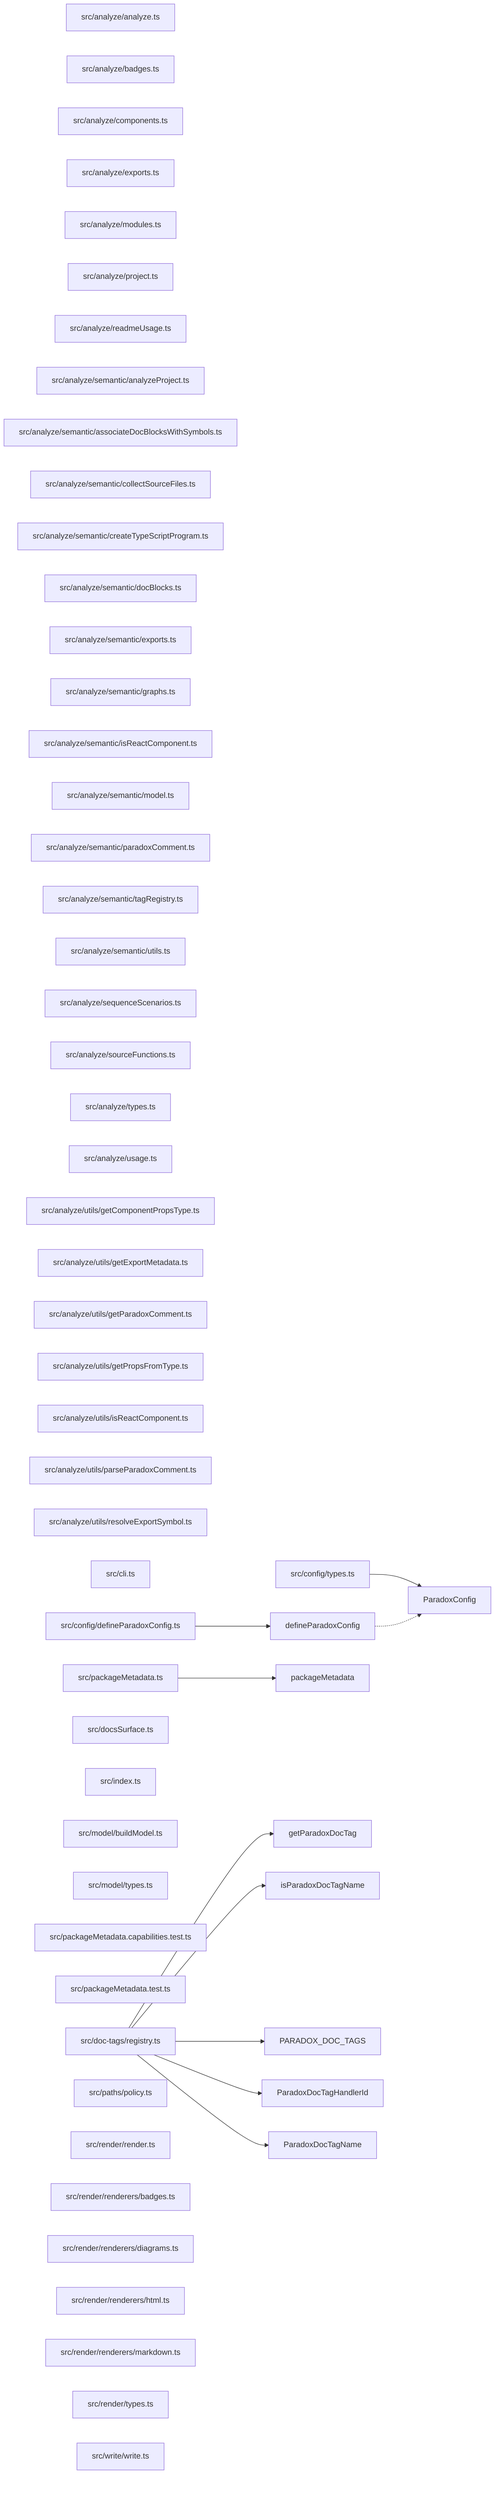
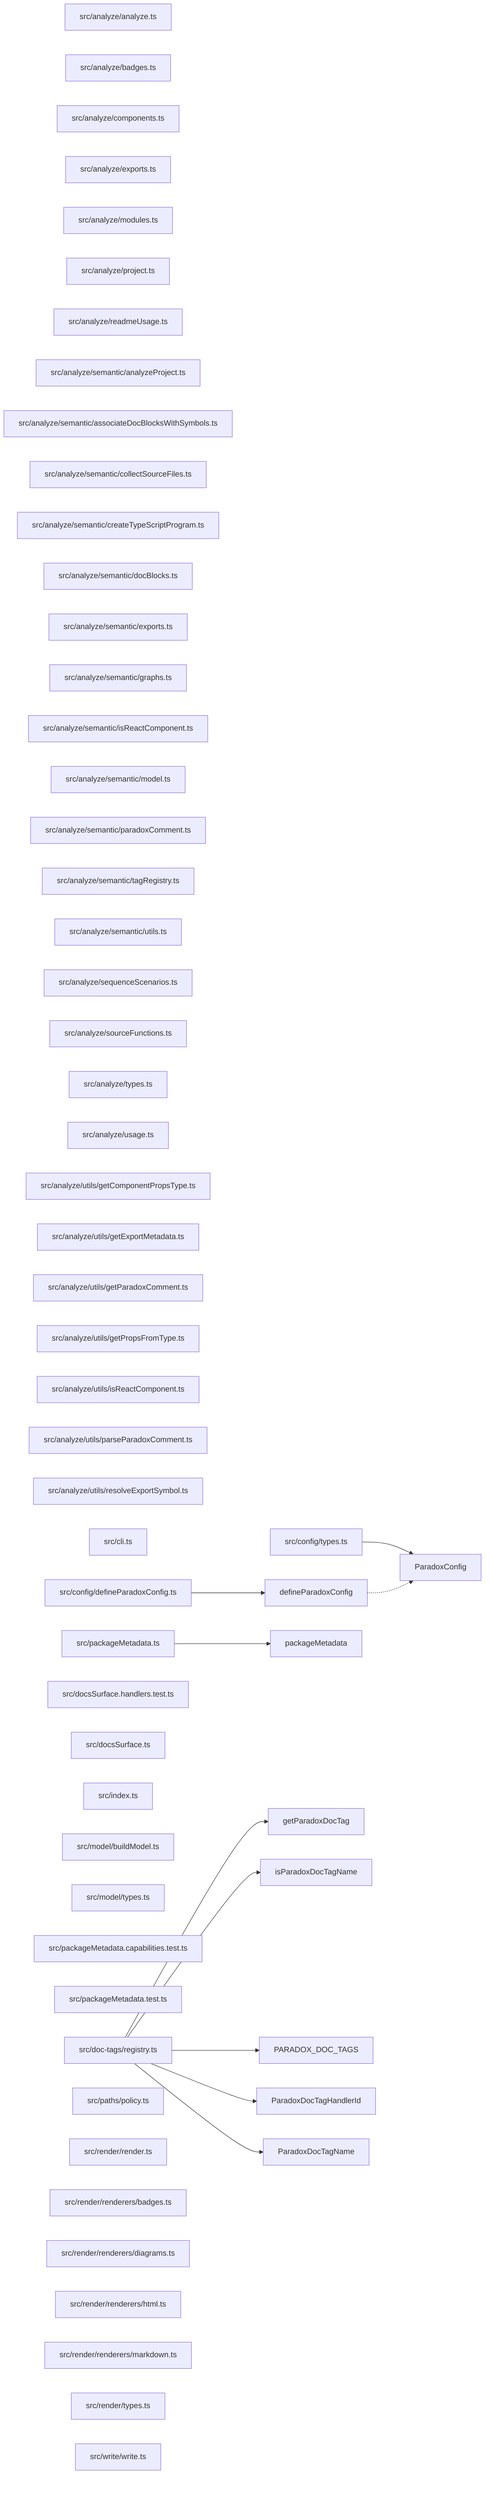
graph LR
  module_src_analyze_analyze_ts["src/analyze/analyze.ts"]
  module_src_analyze_badges_ts["src/analyze/badges.ts"]
  module_src_analyze_components_ts["src/analyze/components.ts"]
  module_src_analyze_exports_ts["src/analyze/exports.ts"]
  module_src_analyze_modules_ts["src/analyze/modules.ts"]
  module_src_analyze_project_ts["src/analyze/project.ts"]
  module_src_analyze_readmeUsage_ts["src/analyze/readmeUsage.ts"]
  module_src_analyze_semantic_analyzeProject_ts["src/analyze/semantic/analyzeProject.ts"]
  module_src_analyze_semantic_associateDocBlocksWithSymbols_ts["src/analyze/semantic/associateDocBlocksWithSymbols.ts"]
  module_src_analyze_semantic_collectSourceFiles_ts["src/analyze/semantic/collectSourceFiles.ts"]
  module_src_analyze_semantic_createTypeScriptProgram_ts["src/analyze/semantic/createTypeScriptProgram.ts"]
  module_src_analyze_semantic_docBlocks_ts["src/analyze/semantic/docBlocks.ts"]
  module_src_analyze_semantic_exports_ts["src/analyze/semantic/exports.ts"]
  module_src_analyze_semantic_graphs_ts["src/analyze/semantic/graphs.ts"]
  module_src_analyze_semantic_isReactComponent_ts["src/analyze/semantic/isReactComponent.ts"]
  module_src_analyze_semantic_model_ts["src/analyze/semantic/model.ts"]
  module_src_analyze_semantic_paradoxComment_ts["src/analyze/semantic/paradoxComment.ts"]
  module_src_analyze_semantic_tagRegistry_ts["src/analyze/semantic/tagRegistry.ts"]
  module_src_analyze_semantic_utils_ts["src/analyze/semantic/utils.ts"]
  module_src_analyze_sequenceScenarios_ts["src/analyze/sequenceScenarios.ts"]
  module_src_analyze_sourceFunctions_ts["src/analyze/sourceFunctions.ts"]
  module_src_analyze_types_ts["src/analyze/types.ts"]
  module_src_analyze_usage_ts["src/analyze/usage.ts"]
  module_src_analyze_utils_getComponentPropsType_ts["src/analyze/utils/getComponentPropsType.ts"]
  module_src_analyze_utils_getExportMetadata_ts["src/analyze/utils/getExportMetadata.ts"]
  module_src_analyze_utils_getParadoxComment_ts["src/analyze/utils/getParadoxComment.ts"]
  module_src_analyze_utils_getPropsFromType_ts["src/analyze/utils/getPropsFromType.ts"]
  module_src_analyze_utils_isReactComponent_ts["src/analyze/utils/isReactComponent.ts"]
  module_src_analyze_utils_parseParadoxComment_ts["src/analyze/utils/parseParadoxComment.ts"]
  module_src_analyze_utils_resolveExportSymbol_ts["src/analyze/utils/resolveExportSymbol.ts"]
  module_src_cli_ts["src/cli.ts"]
  module_src_config_defineParadoxConfig_ts["src/config/defineParadoxConfig.ts"]
  module_src_config_types_ts["src/config/types.ts"]
  module_src_doc_tags_registry_ts["src/doc-tags/registry.ts"]
+   module_src_docsSurface_handlers_test_ts["src/docsSurface.handlers.test.ts"]
  module_src_docsSurface_ts["src/docsSurface.ts"]
  module_src_index_ts["src/index.ts"]
  module_src_model_buildModel_ts["src/model/buildModel.ts"]
  module_src_model_types_ts["src/model/types.ts"]
  module_src_packageMetadata_capabilities_test_ts["src/packageMetadata.capabilities.test.ts"]
  module_src_packageMetadata_test_ts["src/packageMetadata.test.ts"]
  module_src_packageMetadata_ts["src/packageMetadata.ts"]
  module_src_paths_policy_ts["src/paths/policy.ts"]
  module_src_render_render_ts["src/render/render.ts"]
  module_src_render_renderers_badges_ts["src/render/renderers/badges.ts"]
  module_src_render_renderers_diagrams_ts["src/render/renderers/diagrams.ts"]
  module_src_render_renderers_html_ts["src/render/renderers/html.ts"]
  module_src_render_renderers_markdown_ts["src/render/renderers/markdown.ts"]
  module_src_render_types_ts["src/render/types.ts"]
  module_src_write_write_ts["src/write/write.ts"]
  export_defineParadoxConfig["defineParadoxConfig"]
  module_src_config_defineParadoxConfig_ts --> export_defineParadoxConfig
  export_defineParadoxConfig -.-> export_ParadoxConfig
  export_getParadoxDocTag["getParadoxDocTag"]
  module_src_doc_tags_registry_ts --> export_getParadoxDocTag
  export_isParadoxDocTagName["isParadoxDocTagName"]
  module_src_doc_tags_registry_ts --> export_isParadoxDocTagName
  export_packageMetadata["packageMetadata"]
  module_src_packageMetadata_ts --> export_packageMetadata
  export_PARADOX_DOC_TAGS["PARADOX_DOC_TAGS"]
  module_src_doc_tags_registry_ts --> export_PARADOX_DOC_TAGS
  export_ParadoxConfig["ParadoxConfig"]
  module_src_config_types_ts --> export_ParadoxConfig
  export_ParadoxDocTagHandlerId["ParadoxDocTagHandlerId"]
  module_src_doc_tags_registry_ts --> export_ParadoxDocTagHandlerId
  export_ParadoxDocTagName["ParadoxDocTagName"]
  module_src_doc_tags_registry_ts --> export_ParadoxDocTagName
